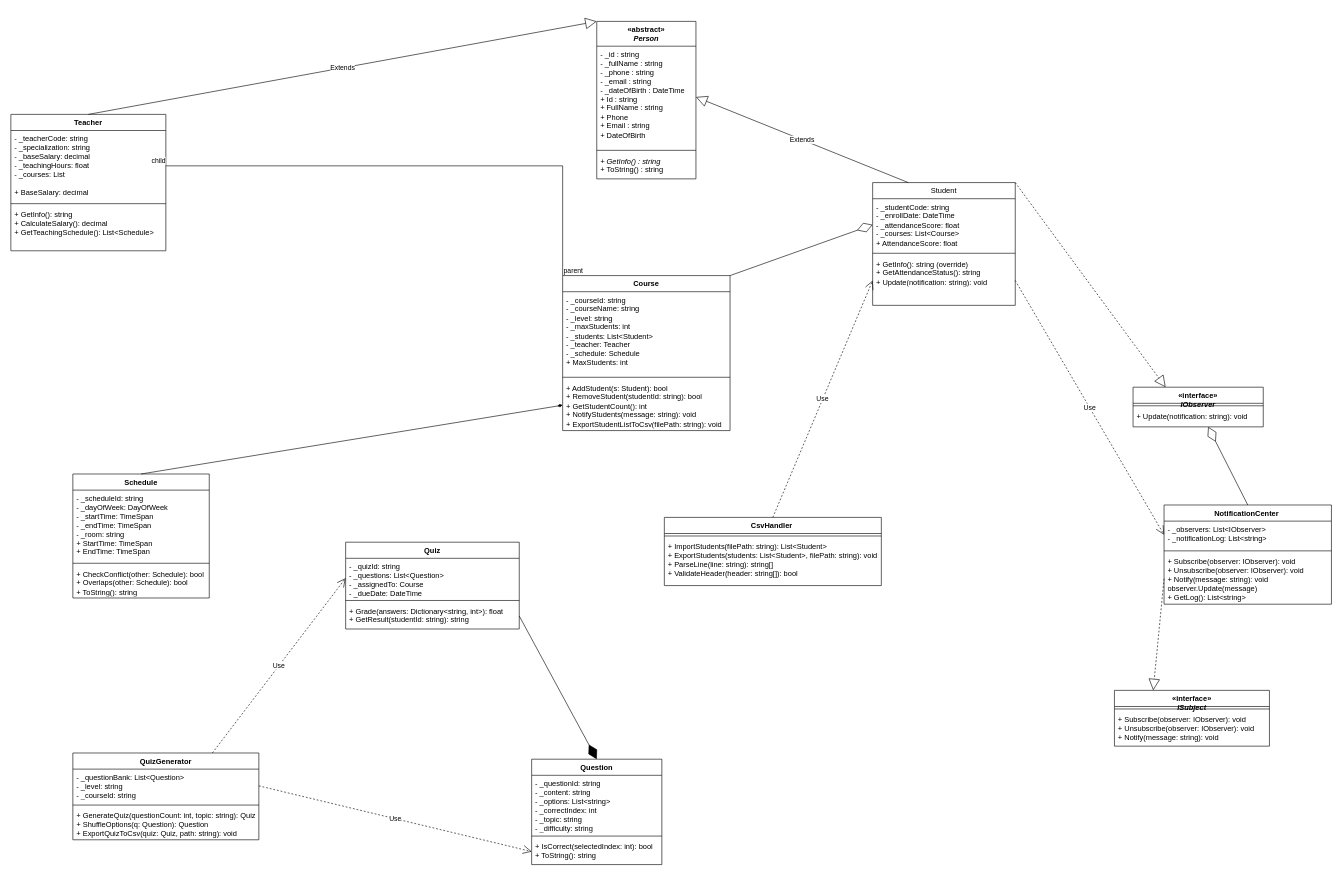
Above: Class_Diagram_QL_TrungTam_TA.drawio in ngocyen06/OOP_QL_Trung_tam_Tieng_Anh (draw.io), before the change. Source tidied: cells renumbered, new cells numbered last; positions are measured from the earlier drawing's top-left corner, leaving out a move shared by most shapes. Both pictures are drawn from the tidied source at 62%, with x=0, y=0 at pixel (11, 21).
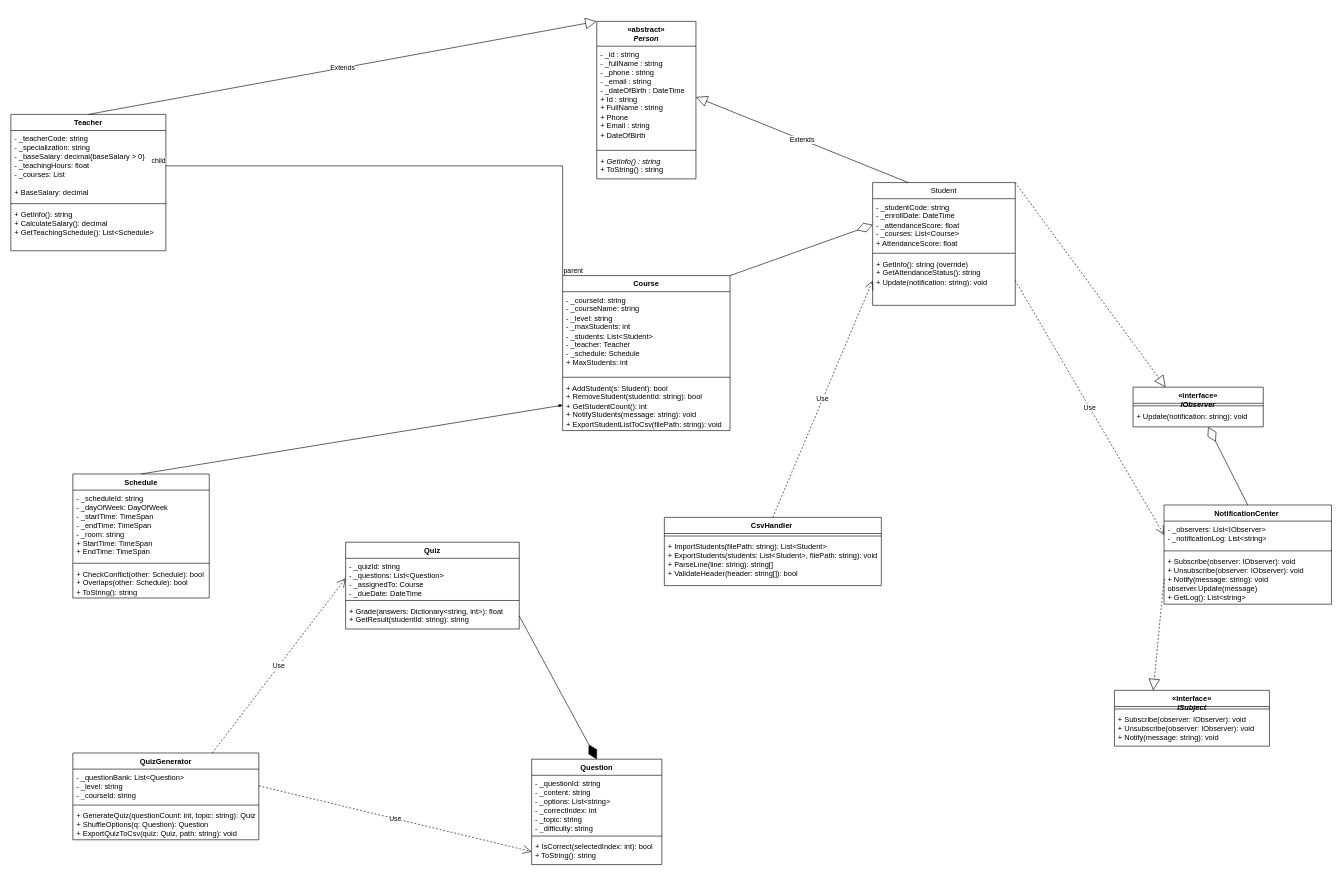
The same page after the edit.

Commit message:
Update Teacher class attributes in diagram

The change refers to these unchanged cells:
```xml
<mxCell id="7" value="Teacher" style="swimlane;fontStyle=1;align=center;verticalAlign=top;horizontal=1;startSize=26;whiteSpace=wrap;html=1;" parent="1" vertex="1">
  <mxGeometry y="150" width="250" height="220" as="geometry" />
</mxCell>
```

Change to the diagram source:
```diff
@@
-    <mxCell id="8" value="- _teacherCode: string&lt;div&gt;- _specialization: string&amp;nbsp;&lt;/div&gt;&lt;div&gt;- _baseSalary: decimal&amp;nbsp;&lt;/div&gt;&lt;div&gt;- _teachingHours: float&lt;/div&gt;&lt;div&gt;- _courses: List&lt;/div&gt;&lt;div&gt;&lt;br&gt;&lt;/div&gt;&lt;div&gt;+ BaseSalary: decimal&lt;/div&gt;" style="text;strokeColor=none;fillColor=none;align=left;verticalAlign=top;spacingLeft=4;spacingRight=4;overflow=hidden;points=[[0,0.5],[1,0.5]];portConstraint=eastwest;whiteSpace=wrap;html=1;" parent="7" vertex="1">
+    <mxCell id="8" value="- _teacherCode: string&lt;div&gt;- _specialization: string&amp;nbsp;&lt;/div&gt;&lt;div&gt;- _baseSalary: decimal{baseSalary &gt; 0}&amp;nbsp;&lt;/div&gt;&lt;div&gt;- _teachingHours: float&lt;/div&gt;&lt;div&gt;- _courses: List&lt;/div&gt;&lt;div&gt;&lt;br&gt;&lt;/div&gt;&lt;div&gt;+ BaseSalary: decimal&lt;/div&gt;" style="text;strokeColor=none;fillColor=none;align=left;verticalAlign=top;spacingLeft=4;spacingRight=4;overflow=hidden;points=[[0,0.5],[1,0.5]];portConstraint=eastwest;whiteSpace=wrap;html=1;" parent="7" vertex="1">
       <mxGeometry y="26" width="250" height="114" as="geometry" />
     </mxCell>
```
